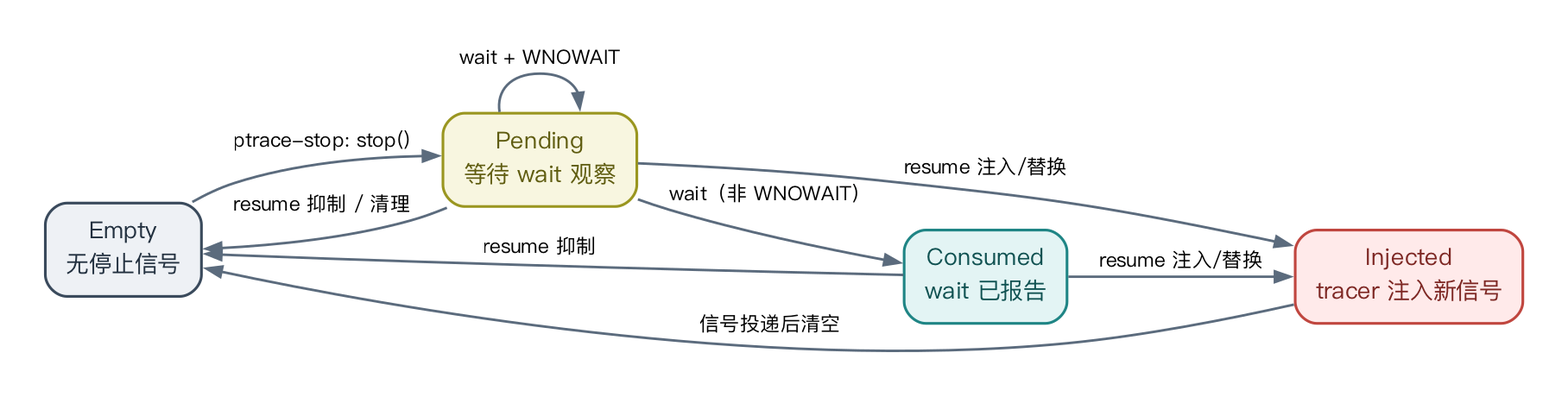
The Graphviz diagram research_practice/assets/06_signal_states.png in vvvvsv/asterinas, before a commit. Its source is kept beside it as research_practice/assets/06_signal_states.dot.
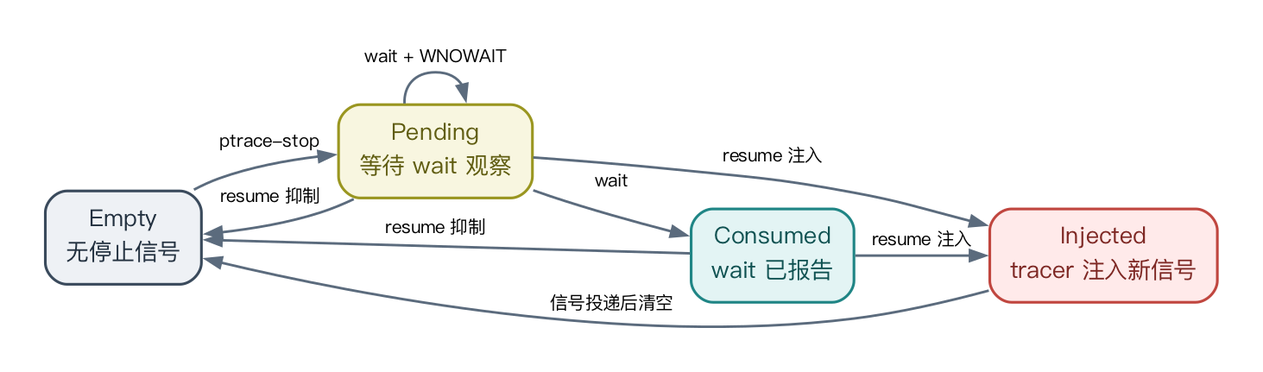
The same file after the commit.

Change to the diagram source:
```diff
@@ -1,6 +1,6 @@
 digraph G {
 
-  graph [fontname="PingFang SC", bgcolor="white", pad="0.35", rankdir=LR, nodesep="0.3", ranksep="0.5"];
+  graph [fontname="PingFang SC", bgcolor="white", pad="0.35", rankdir=LR, nodesep="0.25", ranksep="0.28"];
   node  [fontname="PingFang SC", shape=box, style="rounded,filled", penwidth=1.5, margin="0.16,0.10", fontsize=13];
   edge  [fontname="PingFang SC", color="#5b6b7d", penwidth=1.4, arrowsize=0.85, fontsize=11];
   empty [label="Empty\n无停止信号", fillcolor="#EEF1F5", color="#3a4a5c", fontcolor="#22303f"];
@@ -8,12 +8,13 @@
   consumed [label="Consumed\nwait 已报告", fillcolor="#E3F4F4", color="#1F8585", fontcolor="#0f5151"];
   injected [label="Injected\ntracer 注入新信号", fillcolor="#FFEAEA", color="#C0463F", fontcolor="#7d2723"];
 
-  empty -> pending [label="ptrace-stop: stop()"];
-  pending -> consumed [label="wait（非 WNOWAIT）"];
+  edge [fontsize=10];
+  empty -> pending [label="ptrace-stop"];
+  pending -> consumed [label="wait"];
   pending -> pending [label="wait + WNOWAIT", constraint=false];
-  pending -> injected [label="resume 注入/替换"];
-  consumed -> injected [label="resume 注入/替换"];
-  pending -> empty [label="resume 抑制 / 清理"];
+  pending -> injected [label="resume 注入"];
+  consumed -> injected [label="resume 注入"];
+  pending -> empty [label="resume 抑制"];
   consumed -> empty [label="resume 抑制"];
   injected -> empty [label="信号投递后清空"];
 }
```
